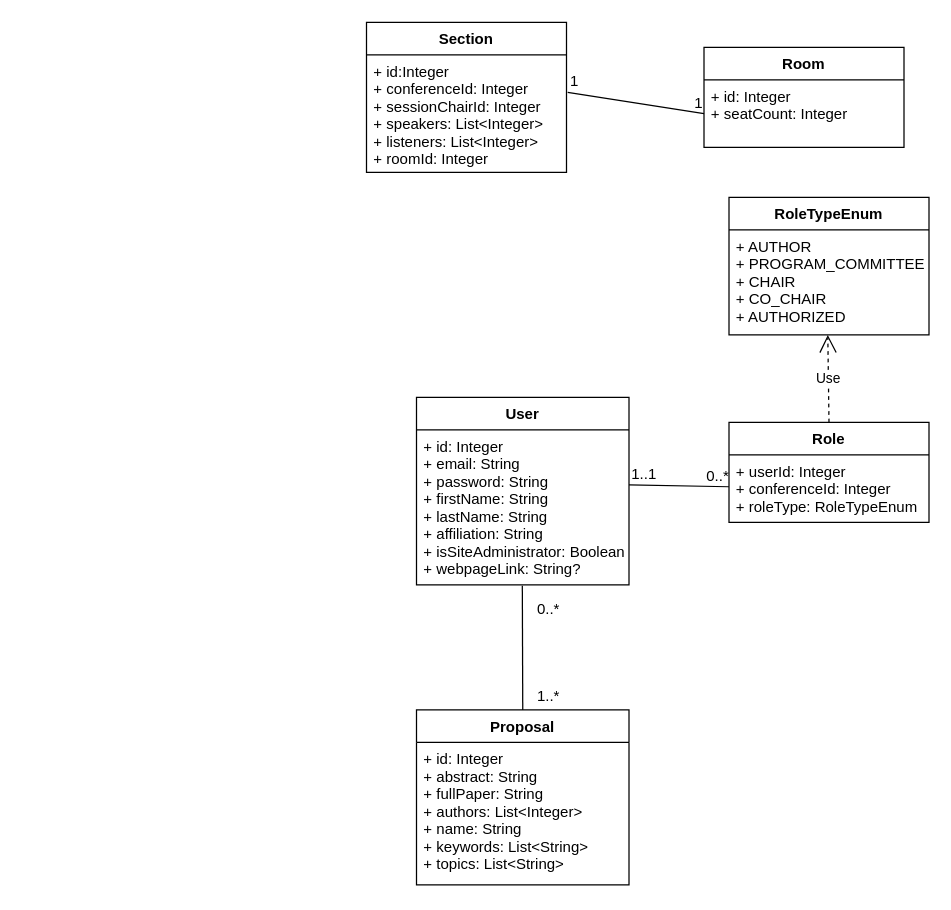
This is page "Page-1" (1 of 4) of Documentation/Diagrams/ClassDiagram.drawio from raresica1234/ATAR-SE, a draw.io file, before an edit. Source tidied: cells renumbered, new cells numbered last; positions are measured from the earlier drawing's top-left corner, leaving out a move shared by most shapes. Both pictures are drawn from the tidied source at 125%, with x=0, y=0 at pixel (366, 21).
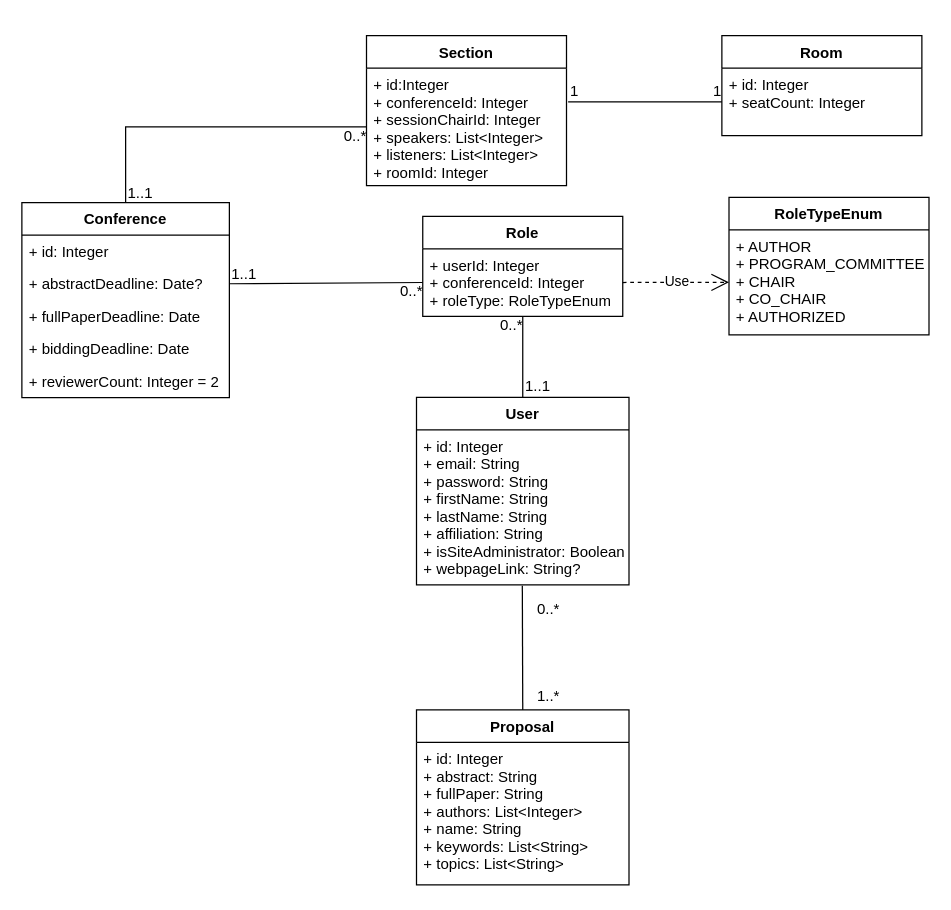
The same diagram, later.

Unchanged cells that the change refers to:
```xml
<mxCell id="2" value="User" style="swimlane;fontStyle=1;align=center;verticalAlign=top;horizontal=1;startSize=26;" parent="1" vertex="1">
  <mxGeometry x="39.7" y="300.4" width="170" height="150" as="geometry" />
</mxCell>
<mxCell id="5" value="+ userId: Integer&#10;+ conferenceId: Integer&#10;+ roleType: RoleTypeEnum" style="text;strokeColor=none;fillColor=none;align=left;verticalAlign=top;spacingLeft=4;spacingRight=4;overflow=hidden;points=[[0,0.5],[1,0.5]];portConstraint=eastwest;" parent="4" vertex="1">
  <mxGeometry y="26" width="160" height="54" as="geometry" />
</mxCell>
<mxCell id="7" value="+ AUTHOR&#10;+ PROGRAM_COMMITTEE&#10;+ CHAIR&#10;+ CO_CHAIR&#10;+ AUTHORIZED" style="text;strokeColor=none;fillColor=none;align=left;verticalAlign=top;spacingLeft=4;spacingRight=4;overflow=hidden;points=[[0,0.5],[1,0.5]];portConstraint=eastwest;" parent="6" vertex="1">
  <mxGeometry y="26" width="160" height="84" as="geometry" />
</mxCell>
<mxCell id="13" value="+ id:Integer&#10;+ conferenceId: Integer&#10;+ sessionChairId: Integer&#10;+ speakers: List&lt;Integer&gt;&#10;+ listeners: List&lt;Integer&gt;&#10;+ roomId: Integer&#10;" style="text;strokeColor=none;fillColor=none;align=left;verticalAlign=top;spacingLeft=4;spacingRight=4;overflow=hidden;points=[[0,0.5],[1,0.5]];portConstraint=eastwest;" parent="12" vertex="1">
  <mxGeometry y="26" width="160" height="94" as="geometry" />
</mxCell>
<mxCell id="15" value="+ id: Integer&#10;+ seatCount: Integer&#10;" style="text;strokeColor=none;fillColor=none;align=left;verticalAlign=top;spacingLeft=4;spacingRight=4;overflow=hidden;points=[[0,0.5],[1,0.5]];portConstraint=eastwest;" parent="14" vertex="1">
  <mxGeometry y="26" width="160" height="54" as="geometry" />
</mxCell>
```

Diff of the diagram source:
```diff
@@
     <mxCell id="4" value="Role" style="swimlane;fontStyle=1;align=center;verticalAlign=top;horizontal=1;startSize=26;" parent="1" vertex="1">
-      <mxGeometry x="289.7" y="320.4" width="160" height="80" as="geometry" />
+      <mxGeometry x="44.7" y="155.5" width="160" height="80" as="geometry" />
     </mxCell>
@@
-    <mxCell id="8" value="Use" style="endArrow=open;endSize=12;dashed=1;html=1;entryX=0.494;entryY=1;entryDx=0;entryDy=0;entryPerimeter=0;exitX=0.5;exitY=0;exitDx=0;exitDy=0;" parent="1" edge="1" source="4" target="7">
+    <mxCell id="8" value="Use" style="endArrow=open;endSize=12;dashed=1;html=1;entryX=0;entryY=0.5;entryDx=0;entryDy=0;exitX=1;exitY=0.5;exitDx=0;exitDy=0;" parent="1" edge="1" source="5" target="7">
       <mxGeometry relative="1" as="geometry" />
     </mxCell>
-    <mxCell id="9" style="endArrow=none;html=1;rounded=0;" parent="1" edge="1" target="5">
-      <mxGeometry relative="1" as="geometry">
-        <mxPoint x="209.7" y="370.4" as="sourcePoint" />
-      </mxGeometry>
+    <mxCell id="9" style="endArrow=none;html=1;rounded=0;exitX=0.5;exitY=0;exitDx=0;exitDy=0;" parent="1" edge="1" source="2" target="5">
+      <mxGeometry relative="1" as="geometry" />
     </mxCell>
@@
     <mxCell id="11" value="0..*" style="html=1;align=right;verticalAlign=bottom;" parent="9" vertex="1">
-      <mxGeometry x="1" relative="1" as="geometry" />
+      <mxGeometry x="1" relative="1" as="geometry">
+        <mxPoint y="15.6" as="offset" />
+      </mxGeometry>
     </mxCell>
     <mxCell id="12" value="Section" style="swimlane;fontStyle=1;align=center;verticalAlign=top;horizontal=1;startSize=26;" parent="1" vertex="1">
-      <mxGeometry x="-0.3" y="0.4" width="160" height="120" as="geometry" />
+      <mxGeometry x="-0.3" y="11" width="160" height="120" as="geometry" />
     </mxCell>
@@
     <mxCell id="14" value="Room" style="swimlane;fontStyle=1;align=center;verticalAlign=top;horizontal=1;startSize=26;" parent="1" vertex="1">
-      <mxGeometry x="269.7" y="20.4" width="160" height="80" as="geometry" />
+      <mxGeometry x="284" y="11" width="160" height="80" as="geometry" />
     </mxCell>
@@
-    <mxCell id="16" style="endArrow=none;html=1;rounded=0;exitX=1.006;exitY=0.319;exitDx=0;exitDy=0;exitPerimeter=0;entryX=0;entryY=0.5;entryDx=0;entryDy=0;" parent="1" edge="1" source="13" target="15">
-      <mxGeometry relative="1" as="geometry" />
+    <mxCell id="16" style="endArrow=none;html=1;rounded=0;entryX=0;entryY=0.5;entryDx=0;entryDy=0;" parent="1" edge="1" target="15">
+      <mxGeometry relative="1" as="geometry">
+        <mxPoint x="161" y="64" as="sourcePoint" />
+      </mxGeometry>
     </mxCell>
@@
+    <mxCell id="24" value="Conference" style="swimlane;fontStyle=1;horizontal=1;startSize=26;fillColor=none;" parent="1" vertex="1">
+      <mxGeometry x="-276" y="144.5" width="166" height="156" as="geometry" />
+    </mxCell>
+    <mxCell id="25" value="+ id: Integer" style="text;strokeColor=none;fillColor=none;align=left;verticalAlign=top;spacingLeft=4;spacingRight=4;overflow=hidden;" parent="24" vertex="1">
+      <mxGeometry y="26" width="166" height="26" as="geometry" />
+    </mxCell>
+    <mxCell id="26" value="+ abstractDeadline: Date?" style="text;strokeColor=none;fillColor=none;align=left;verticalAlign=top;spacingLeft=4;spacingRight=4;overflow=hidden;points=[[0,0.5],[1,0.5]];portConstraint=eastwest;" parent="24" vertex="1">
+      <mxGeometry y="52" width="166" height="26" as="geometry" />
+    </mxCell>
+    <mxCell id="27" value="+ fullPaperDeadline: Date" style="text;strokeColor=none;fillColor=none;align=left;verticalAlign=top;spacingLeft=4;spacingRight=4;overflow=hidden;" parent="24" vertex="1">
+      <mxGeometry y="78" width="166" height="26" as="geometry" />
+    </mxCell>
+    <mxCell id="28" value="+ biddingDeadline: Date" style="text;strokeColor=none;fillColor=none;align=left;verticalAlign=top;spacingLeft=4;spacingRight=4;overflow=hidden;" parent="24" vertex="1">
+      <mxGeometry y="104" width="166" height="26" as="geometry" />
+    </mxCell>
+    <mxCell id="29" value="+ reviewerCount: Integer = 2" style="text;strokeColor=none;fillColor=none;align=left;verticalAlign=top;spacingLeft=4;spacingRight=4;overflow=hidden;" parent="24" vertex="1">
+      <mxGeometry y="130" width="166" height="26" as="geometry" />
+    </mxCell>
+    <mxCell id="30" style="endArrow=none;html=1;rounded=0;exitX=1;exitY=0.5;exitDx=0;exitDy=0;entryX=0;entryY=0.5;entryDx=0;entryDy=0;" parent="1" edge="1" source="26" target="5">
+      <mxGeometry relative="1" as="geometry" />
+    </mxCell>
+    <mxCell id="31" value="1..1" style="html=1;align=left;verticalAlign=bottom;" parent="30" vertex="1">
+      <mxGeometry x="-1" relative="1" as="geometry" />
+    </mxCell>
+    <mxCell id="32" value="0..*" style="html=1;align=right;verticalAlign=bottom;" parent="30" vertex="1">
+      <mxGeometry x="1" relative="1" as="geometry">
+        <mxPoint y="15.6" as="offset" />
+      </mxGeometry>
+    </mxCell>
+    <mxCell id="33" style="endArrow=none;html=1;rounded=0;exitX=0.5;exitY=0;exitDx=0;exitDy=0;entryX=0;entryY=0.5;entryDx=0;entryDy=0;" parent="1" edge="1" source="24" target="13">
+      <mxGeometry relative="1" as="geometry">
+        <Array as="points">
+          <mxPoint x="-193" y="84" />
+        </Array>
+      </mxGeometry>
+    </mxCell>
+    <mxCell id="34" value="1..1" style="html=1;align=left;verticalAlign=bottom;" parent="33" vertex="1">
+      <mxGeometry x="-1" relative="1" as="geometry" />
+    </mxCell>
+    <mxCell id="35" value="0..*" style="html=1;align=right;verticalAlign=bottom;" parent="33" vertex="1">
+      <mxGeometry x="1" relative="1" as="geometry">
+        <mxPoint y="15.6" as="offset" />
+      </mxGeometry>
+    </mxCell>
```
